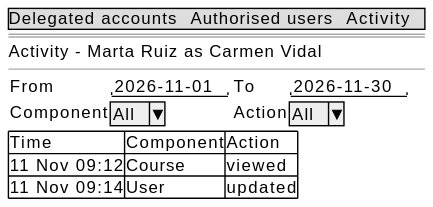
Earlier version of the PlantUML export docs/es/technical/requirements/use-cases/reviewActivity/wireframes.svg (didactika/moodle-local_delegateaccount).
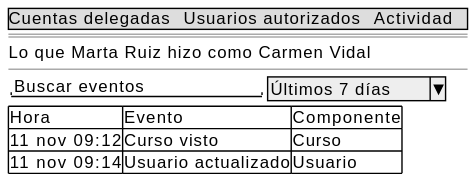
After the change.

The edit, as a diff of the source:
```diff
@@ -1,17 +1,14 @@
 @startsalt
 {
-  {* Delegated accounts | Authorised users | Activity }
+  {* Cuentas delegadas | Usuarios autorizados | Actividad }
   ==
-  Activity - Marta Ruiz as Carmen Vidal
+  Lo que Marta Ruiz hizo como Carmen Vidal
   --
-  {
-    From | "2026-11-01" | To | "2026-11-30"
-    Component | ^All^ | Action | ^All^
-  }
+  { "Buscar eventos        " | ^Últimos 7 días^ }
   {#
-    Time | Component | Action
-    11 Nov 09:12 | Course | viewed
-    11 Nov 09:14 | User | updated
+    Hora | Evento | Componente
+    11 nov 09:12 | Curso visto | Curso
+    11 nov 09:14 | Usuario actualizado | Usuario
   }
 }
 @endsalt
```
